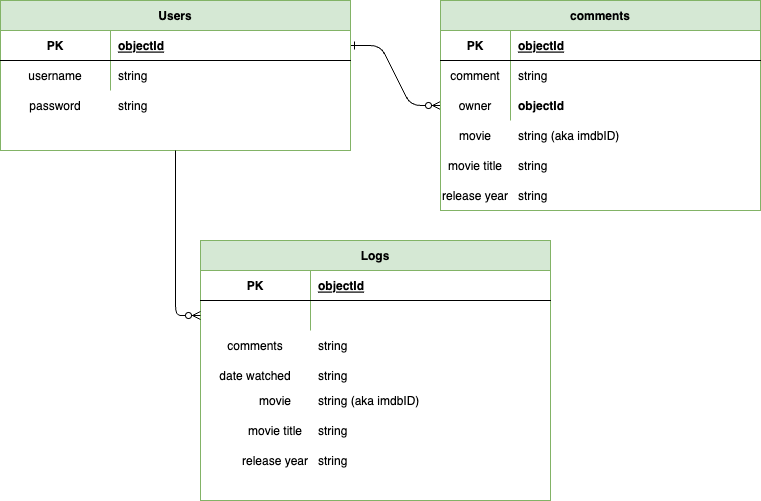
Earlier version of the draw.io export Movie logger ERD.drawio.png (harrisimon/Project-2-planning). Source tidied: cells renumbered, new cells last; positions are measured from the earlier drawing's top-left corner, leaving out a move shared by most shapes.
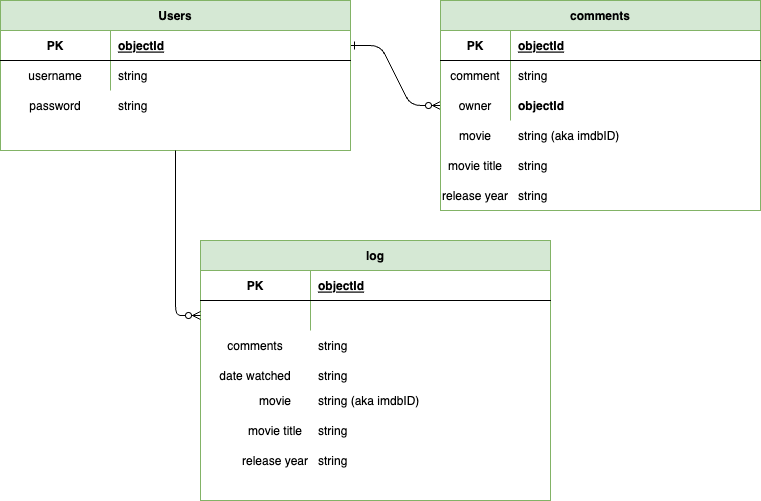
The same diagram one commit later.

Commit message:
updated ERD and added recommendations as stretch goal

The edit, as a diff of the source:
```diff
@@ -62,7 +62,7 @@
     <mxCell id="21" value="string" style="shape=partialRectangle;overflow=hidden;fillColor=none;top=0;left=0;bottom=0;right=0;align=left;spacingLeft=6;" parent="1" vertex="1">
       <mxGeometry x="110" y="90" width="240" height="30" as="geometry" />
     </mxCell>
-    <mxCell id="22" value="Logs" style="shape=table;startSize=30;rowLines=0;fontStyle=1;align=center;fillColor=#d5e8d4;strokeColor=#82b366;" parent="1" vertex="1">
+    <mxCell id="22" value="log" style="shape=table;startSize=30;rowLines=0;fontStyle=1;align=center;fillColor=#d5e8d4;strokeColor=#82b366;" parent="1" vertex="1">
       <mxGeometry x="200" y="240" width="350" height="260" as="geometry" />
     </mxCell>
     <mxCell id="23" style="shape=partialRectangle;fillColor=none;top=0;left=0;right=0;bottom=1;" parent="22" vertex="1">
```
